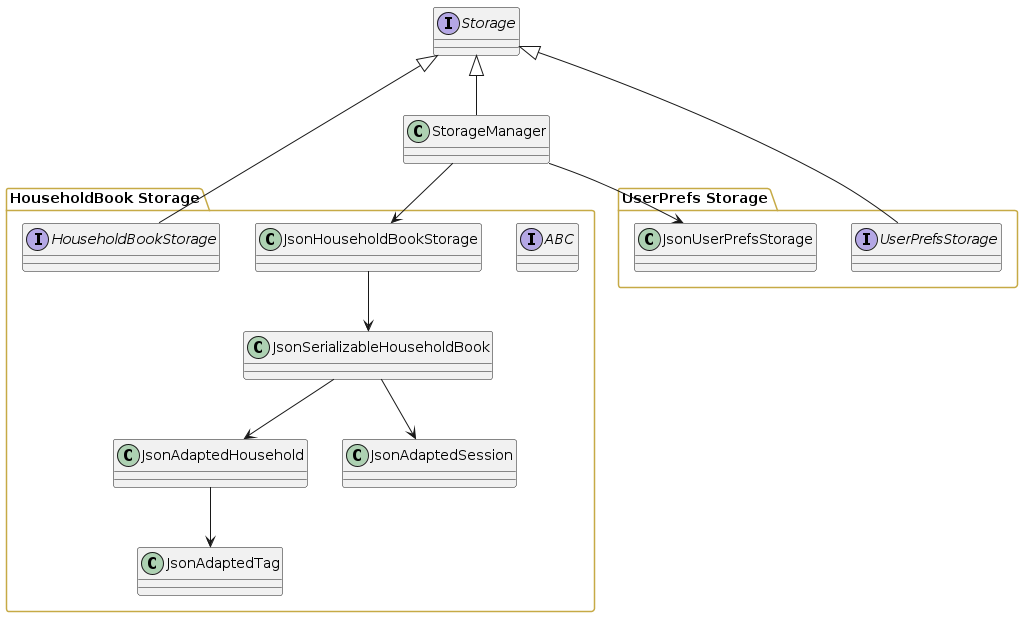
Before: diagrams/StorageClassDiagram.png, a diagram exported from PlantUML (AY2425S2-CS2103T-F10-2/tp). Its source is kept beside it as diagrams/StorageClassDiagram.puml.
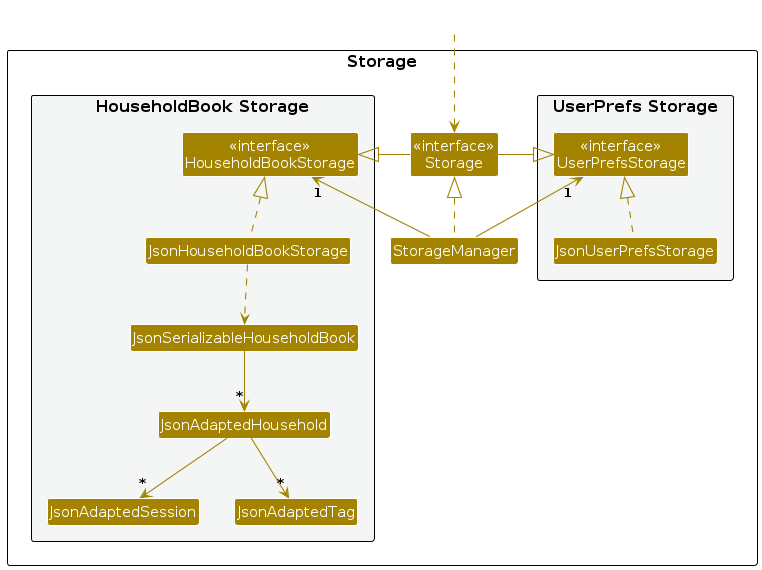
Above is the later version.

What changed in the source:
```diff
@@ -1,40 +1,45 @@
 @startuml
+!include style.puml
+skinparam arrowThickness 1.1
+skinparam arrowColor STORAGE_COLOR
+skinparam classBackgroundColor STORAGE_COLOR
 
-skinparam packageTitleFontColor #FFFFFF
-skinparam packageTitleBackgroundColor #8E7F29
-skinparam packageBorderColor #C6AA46
+package Storage as StoragePackage {
 
-interface Storage
+  package "UserPrefs Storage" #F4F6F6 {
+    Class "<<interface>>\nUserPrefsStorage" as UserPrefsStorage
+    Class JsonUserPrefsStorage
+  }
 
-class StorageManager
+  Class "<<interface>>\nStorage" as Storage
+  Class StorageManager
 
-package "HouseholdBook Storage" {
-    interface ABC
-    interface HouseholdBookStorage
-    class JsonHouseholdBookStorage
-    class JsonSerializableHouseholdBook
-    class JsonAdaptedHousehold
-    class JsonAdaptedSession
-    class JsonAdaptedTag
+  package "HouseholdBook Storage" #F4F6F6 {
+    Class "<<interface>>\nHouseholdBookStorage" as HouseholdBookStorage
+    Class JsonHouseholdBookStorage
+    Class JsonSerializableHouseholdBook
+    Class JsonAdaptedHousehold
+    Class JsonAdaptedSession
+    Class JsonAdaptedTag
+  }
+
 }
 
-package "UserPrefs Storage" {
-    interface UserPrefsStorage
-    class JsonUserPrefsStorage
-}
+Class HiddenOutside #FFFFFF
+HiddenOutside ..> Storage
 
-HouseholdBookStorage -up-|> Storage
-UserPrefsStorage -up-|> Storage
+StorageManager .up.|> Storage
+StorageManager -up-> "1" UserPrefsStorage
+StorageManager -up-> "1" HouseholdBookStorage
 
-Storage <|-- StorageManager
+Storage -left-|> UserPrefsStorage
+Storage -right-|> HouseholdBookStorage
 
-StorageManager --> JsonHouseholdBookStorage
-StorageManager --> JsonUserPrefsStorage
-
-JsonHouseholdBookStorage --> JsonSerializableHouseholdBook
-
-JsonSerializableHouseholdBook --> JsonAdaptedHousehold
-JsonSerializableHouseholdBook --> JsonAdaptedSession
-JsonAdaptedHousehold --> JsonAdaptedTag
+JsonUserPrefsStorage .up.|> UserPrefsStorage
+JsonHouseholdBookStorage .up.|> HouseholdBookStorage
+JsonHouseholdBookStorage ..> JsonSerializableHouseholdBook
+JsonSerializableHouseholdBook --> "*" JsonAdaptedHousehold
+JsonAdaptedHousehold --> "*" JsonAdaptedSession
+JsonAdaptedHousehold --> "*" JsonAdaptedTag
 
 @enduml
```
